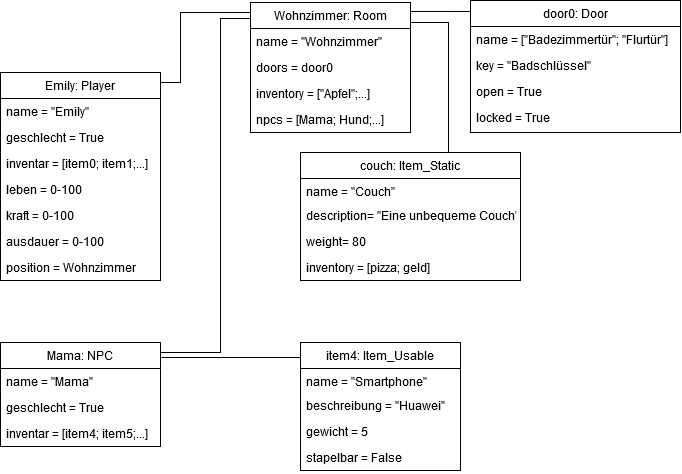
Above: Objektdiagramm.png in Elegond/AE-Text-Adventure (draw.io), before the change. Source tidied: cells renumbered, new cells last; positions are measured from the earlier drawing's top-left corner, leaving out a move shared by most shapes.
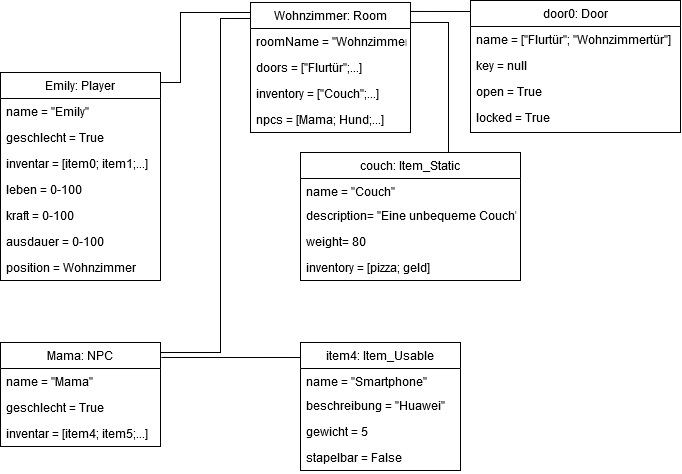
The same diagram one commit later.

What changed in the source:
```diff
@@ -34,13 +34,13 @@
     <mxCell id="8" value="Wohnzimmer: Room" style="swimlane;fontStyle=0;align=center;verticalAlign=top;horizontal=1;startSize=26;rounded=0;shadow=0;strokeWidth=1;" parent="1" vertex="1">
       <mxGeometry x="250" y="2" width="160" height="130" as="geometry" />
     </mxCell>
-    <mxCell id="9" value="name = &quot;Wohnzimmer&quot;" style="text;align=left;verticalAlign=top;spacingLeft=4;spacingRight=4;overflow=hidden;" parent="8" vertex="1">
+    <mxCell id="9" value="roomName = &quot;Wohnzimmer&quot;" style="text;align=left;verticalAlign=top;spacingLeft=4;spacingRight=4;overflow=hidden;" parent="8" vertex="1">
       <mxGeometry y="26" width="160" height="26" as="geometry" />
     </mxCell>
-    <mxCell id="10" value="doors = door0" style="text;align=left;verticalAlign=top;spacingLeft=4;spacingRight=4;overflow=hidden;" parent="8" vertex="1">
+    <mxCell id="10" value="doors = [&quot;Flurtür&quot;;...]" style="text;align=left;verticalAlign=top;spacingLeft=4;spacingRight=4;overflow=hidden;" parent="8" vertex="1">
       <mxGeometry y="52" width="160" height="26" as="geometry" />
     </mxCell>
-    <mxCell id="11" value="inventory = [&quot;Apfel&quot;;...]" style="text;align=left;verticalAlign=top;spacingLeft=4;spacingRight=4;overflow=hidden;" parent="8" vertex="1">
+    <mxCell id="11" value="inventory = [&quot;Couch&quot;;...]" style="text;align=left;verticalAlign=top;spacingLeft=4;spacingRight=4;overflow=hidden;" parent="8" vertex="1">
       <mxGeometry y="78" width="160" height="26" as="geometry" />
     </mxCell>
     <mxCell id="12" value="npcs = [Mama; Hund;...]" style="text;align=left;verticalAlign=top;spacingLeft=4;spacingRight=4;overflow=hidden;" parent="8" vertex="1">
@@ -112,10 +112,10 @@
     <mxCell id="29" value="door0: Door" style="swimlane;fontStyle=0;align=center;verticalAlign=top;horizontal=1;startSize=26;rounded=0;shadow=0;strokeWidth=1;" parent="1" vertex="1">
       <mxGeometry x="470" width="210" height="132" as="geometry" />
     </mxCell>
-    <mxCell id="30" value="name = [&quot;Badezimmertür&quot;; &quot;Flurtür&quot;]" style="text;align=left;verticalAlign=top;spacingLeft=4;spacingRight=4;overflow=hidden;" parent="29" vertex="1">
+    <mxCell id="30" value="name = [&quot;Flurtür&quot;; &quot;Wohnzimmertür&quot;]" style="text;align=left;verticalAlign=top;spacingLeft=4;spacingRight=4;overflow=hidden;" parent="29" vertex="1">
       <mxGeometry y="26" width="210" height="26" as="geometry" />
     </mxCell>
-    <mxCell id="31" value="key = &quot;Badschlüssel&quot;" style="text;align=left;verticalAlign=top;spacingLeft=4;spacingRight=4;overflow=hidden;" parent="29" vertex="1">
+    <mxCell id="31" value="key = null" style="text;align=left;verticalAlign=top;spacingLeft=4;spacingRight=4;overflow=hidden;" parent="29" vertex="1">
       <mxGeometry y="52" width="210" height="26" as="geometry" />
     </mxCell>
     <mxCell id="32" value="open = True" style="text;align=left;verticalAlign=top;spacingLeft=4;spacingRight=4;overflow=hidden;fontStyle=0;" parent="29" vertex="1">
```
